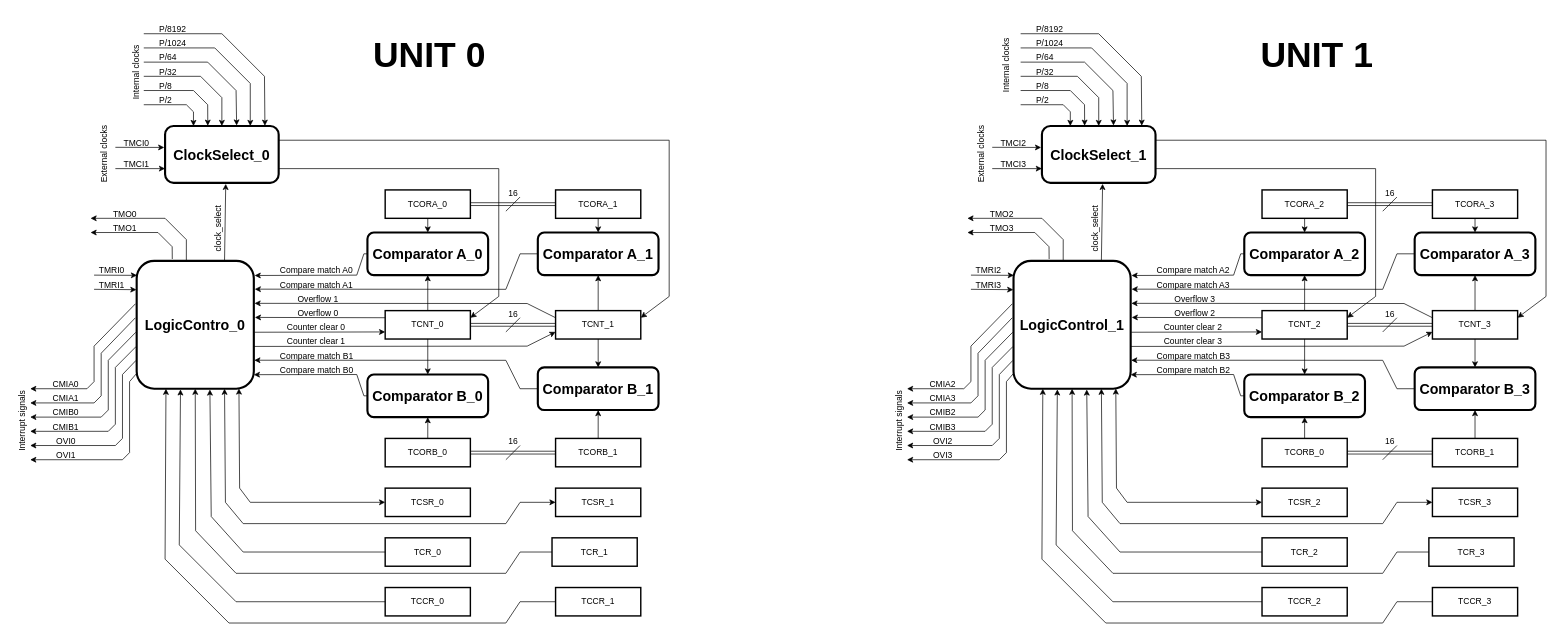
Earlier version of the draw.io diagram 8bit_Timer.drawio (phat-tech123/8-bit-Timer). Source tidied: cells renumbered, new cells numbered last; positions are measured from the earlier drawing's top-left corner, leaving out a move shared by most shapes. Both pictures are drawn from the tidied source at 71%, with x=0, y=0 at pixel (-16, 12).
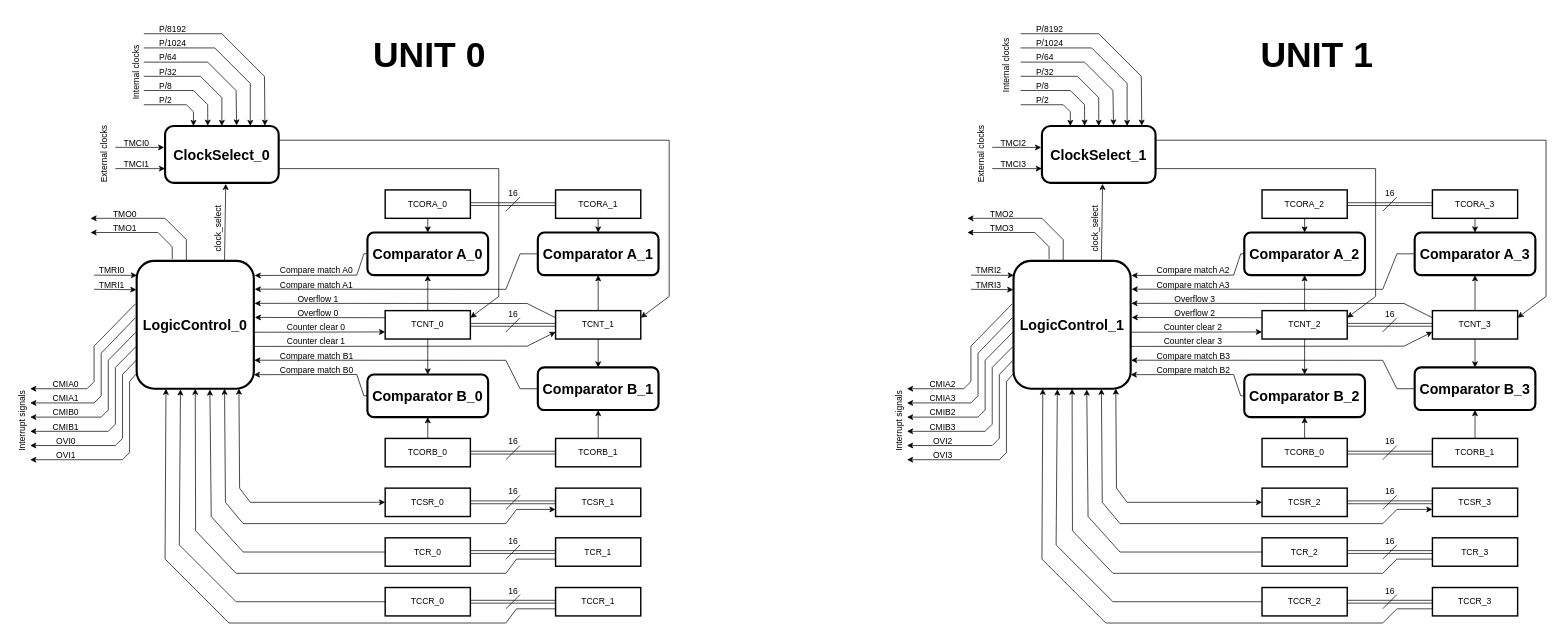
Above is the later version.

Unchanged cells that the change refers to:
```xml
<mxCell id="22" value="TCSR_1" style="rounded=0;whiteSpace=wrap;html=1;strokeWidth=2;" parent="1" vertex="1">
  <mxGeometry x="805" y="670" width="120" height="40" as="geometry" />
</mxCell>
<mxCell id="23" value="TCSR_0" style="rounded=0;whiteSpace=wrap;html=1;strokeWidth=2;" parent="1" vertex="1">
  <mxGeometry x="565" y="670" width="120" height="40" as="geometry" />
</mxCell>
<mxCell id="27" value="TCR_0" style="rounded=0;whiteSpace=wrap;html=1;strokeWidth=2;" parent="1" vertex="1">
  <mxGeometry x="565" y="740" width="120" height="40" as="geometry" />
</mxCell>
<mxCell id="28" value="TCCR_1" style="rounded=0;whiteSpace=wrap;html=1;strokeWidth=2;" parent="1" vertex="1">
  <mxGeometry x="805" y="810" width="120" height="40" as="geometry" />
</mxCell>
<mxCell id="29" value="TCCR_0" style="rounded=0;whiteSpace=wrap;html=1;strokeWidth=2;" parent="1" vertex="1">
  <mxGeometry x="565" y="810" width="120" height="40" as="geometry" />
</mxCell>
<mxCell id="103" value="&lt;font style=&quot;font-size: 20px;&quot;&gt;LogicControl_1&lt;/font&gt;" style="rounded=1;whiteSpace=wrap;html=1;strokeWidth=3;fontStyle=1;" parent="1" vertex="1">
  <mxGeometry x="1450" y="350" width="165" height="180" as="geometry" />
</mxCell>
<mxCell id="122" value="TCSR_3" style="rounded=0;whiteSpace=wrap;html=1;strokeWidth=2;" parent="1" vertex="1">
  <mxGeometry x="2040" y="670" width="120" height="40" as="geometry" />
</mxCell>
<mxCell id="123" value="TCSR_2" style="rounded=0;whiteSpace=wrap;html=1;strokeWidth=2;" parent="1" vertex="1">
  <mxGeometry x="1800" y="670" width="120" height="40" as="geometry" />
</mxCell>
<mxCell id="127" value="TCR_2" style="rounded=0;whiteSpace=wrap;html=1;strokeWidth=2;" parent="1" vertex="1">
  <mxGeometry x="1800" y="740" width="120" height="40" as="geometry" />
</mxCell>
<mxCell id="128" value="TCCR_3" style="rounded=0;whiteSpace=wrap;html=1;strokeWidth=2;" parent="1" vertex="1">
  <mxGeometry x="2040" y="810" width="120" height="40" as="geometry" />
</mxCell>
<mxCell id="129" value="TCCR_2" style="rounded=0;whiteSpace=wrap;html=1;strokeWidth=2;" parent="1" vertex="1">
  <mxGeometry x="1800" y="810" width="120" height="40" as="geometry" />
</mxCell>
```

What changed in the source:
```diff
@@
-    <mxCell id="3" value="&lt;font style=&quot;font-size: 20px;&quot;&gt;LogicContro_0&lt;/font&gt;" style="rounded=1;whiteSpace=wrap;html=1;strokeWidth=3;fontStyle=1;" parent="1" vertex="1">
+    <mxCell id="3" value="&lt;font style=&quot;font-size: 20px;&quot;&gt;LogicControl_0&lt;/font&gt;" style="rounded=1;whiteSpace=wrap;html=1;strokeWidth=3;fontStyle=1;" parent="1" vertex="1">
       <mxGeometry x="215" y="350" width="165" height="180" as="geometry" />
     </mxCell>
@@
-    <mxCell id="25" style="endArrow=classic;startArrow=classic;html=1;rounded=0;entryX=0.75;entryY=1;entryDx=0;entryDy=0;exitX=0;exitY=0.5;exitDx=0;exitDy=0;" parent="1" edge="1" source="22" target="3">
+    <mxCell id="25" style="endArrow=classic;startArrow=classic;html=1;rounded=0;entryX=0.75;entryY=1;entryDx=0;entryDy=0;exitX=0;exitY=0.75;exitDx=0;exitDy=0;" parent="1" edge="1" source="22" target="3">
       <mxGeometry relative="1" as="geometry">
         <Array as="points">
-          <mxPoint x="755" y="690" />
+          <mxPoint x="750" y="700" />
           <mxPoint x="735" y="720" />
           <mxPoint x="365" y="720" />
           <mxPoint x="340" y="690" />
         </Array>
       </mxGeometry>
     </mxCell>
     <mxCell id="26" value="TCR_1" style="rounded=0;whiteSpace=wrap;html=1;strokeWidth=2;" parent="1" vertex="1">
-      <mxGeometry x="800" y="740" width="120" height="40" as="geometry" />
+      <mxGeometry x="805" y="740" width="120" height="40" as="geometry" />
     </mxCell>
@@
-    <mxCell id="31" style="endArrow=classic;html=1;rounded=0;exitX=0;exitY=0.5;exitDx=0;exitDy=0;entryX=0.5;entryY=1;entryDx=0;entryDy=0;" parent="1" edge="1" source="26" target="3">
+    <mxCell id="31" style="endArrow=classic;html=1;rounded=0;exitX=0;exitY=0.75;exitDx=0;exitDy=0;entryX=0.5;entryY=1;entryDx=0;entryDy=0;" parent="1" edge="1" source="26" target="3">
       <mxGeometry relative="1" as="geometry">
         <Array as="points">
-          <mxPoint x="755" y="760" />
+          <mxPoint x="750" y="770" />
           <mxPoint x="735" y="790" />
           <mxPoint x="355" y="790" />
           <mxPoint x="298" y="730" />
         </Array>
       </mxGeometry>
     </mxCell>
@@
-    <mxCell id="33" style="endArrow=classic;html=1;rounded=0;exitX=0;exitY=0.5;exitDx=0;exitDy=0;entryX=0.25;entryY=1;entryDx=0;entryDy=0;" parent="1" edge="1" source="28" target="3">
+    <mxCell id="33" style="endArrow=classic;html=1;rounded=0;exitX=0;exitY=0.75;exitDx=0;exitDy=0;entryX=0.25;entryY=1;entryDx=0;entryDy=0;" parent="1" edge="1" source="28" target="3">
       <mxGeometry relative="1" as="geometry">
         <Array as="points">
-          <mxPoint x="755" y="830" />
+          <mxPoint x="750" y="840" />
           <mxPoint x="735" y="860" />
           <mxPoint x="345" y="860" />
           <mxPoint x="255" y="770" />
         </Array>
       </mxGeometry>
     </mxCell>
@@
-    <mxCell id="125" style="endArrow=classic;startArrow=classic;html=1;rounded=0;entryX=0.75;entryY=1;entryDx=0;entryDy=0;exitX=0;exitY=0.5;exitDx=0;exitDy=0;" parent="1" edge="1" source="122" target="103">
+    <mxCell id="125" style="endArrow=classic;startArrow=classic;html=1;rounded=0;entryX=0.75;entryY=1;entryDx=0;entryDy=0;exitX=0;exitY=0.75;exitDx=0;exitDy=0;" parent="1" edge="1" source="122" target="103">
       <mxGeometry relative="1" as="geometry">
         <Array as="points">
-          <mxPoint x="1990" y="690" />
+          <mxPoint x="1990" y="700" />
           <mxPoint x="1970" y="720" />
           <mxPoint x="1600" y="720" />
           <mxPoint x="1575" y="690" />
         </Array>
       </mxGeometry>
     </mxCell>
     <mxCell id="126" value="TCR_3" style="rounded=0;whiteSpace=wrap;html=1;strokeWidth=2;" parent="1" vertex="1">
-      <mxGeometry x="2035" y="740" width="120" height="40" as="geometry" />
+      <mxGeometry x="2040" y="740" width="120" height="40" as="geometry" />
     </mxCell>
@@
-    <mxCell id="131" style="endArrow=classic;html=1;rounded=0;exitX=0;exitY=0.5;exitDx=0;exitDy=0;entryX=0.5;entryY=1;entryDx=0;entryDy=0;" parent="1" edge="1" source="126" target="103">
+    <mxCell id="131" style="endArrow=classic;html=1;rounded=0;exitX=0;exitY=0.75;exitDx=0;exitDy=0;entryX=0.5;entryY=1;entryDx=0;entryDy=0;" parent="1" edge="1" source="126" target="103">
       <mxGeometry relative="1" as="geometry">
         <Array as="points">
-          <mxPoint x="1990" y="760" />
+          <mxPoint x="1990" y="770" />
           <mxPoint x="1970" y="790" />
           <mxPoint x="1590" y="790" />
           <mxPoint x="1533" y="730" />
         </Array>
       </mxGeometry>
     </mxCell>
@@
-    <mxCell id="133" style="endArrow=classic;html=1;rounded=0;exitX=0;exitY=0.5;exitDx=0;exitDy=0;entryX=0.25;entryY=1;entryDx=0;entryDy=0;" parent="1" edge="1" source="128" target="103">
+    <mxCell id="133" style="endArrow=classic;html=1;rounded=0;exitX=0;exitY=0.75;exitDx=0;exitDy=0;entryX=0.25;entryY=1;entryDx=0;entryDy=0;" parent="1" edge="1" source="128" target="103">
       <mxGeometry relative="1" as="geometry">
         <Array as="points">
-          <mxPoint x="1990" y="830" />
+          <mxPoint x="1990" y="840" />
           <mxPoint x="1970" y="860" />
           <mxPoint x="1580" y="860" />
           <mxPoint x="1490" y="770" />
         </Array>
       </mxGeometry>
     </mxCell>
@@
+    <mxCell id="204" style="shape=link;endArrow=classic;startArrow=classic;html=1;rounded=0;entryX=0;entryY=0.5;entryDx=0;entryDy=0;exitX=1;exitY=0.5;exitDx=0;exitDy=0;" parent="1" edge="1" source="23" target="22">
+      <mxGeometry relative="1" as="geometry" />
+    </mxCell>
+    <mxCell id="205" style="endArrow=none;html=1;rounded=0;" parent="1" edge="1">
+      <mxGeometry relative="1" as="geometry">
+        <mxPoint x="735" y="700" as="sourcePoint" />
+        <mxPoint x="755" y="680" as="targetPoint" />
+      </mxGeometry>
+    </mxCell>
+    <mxCell id="206" value="16" style="text;html=1;align=center;verticalAlign=middle;strokeColor=none;fillColor=none;" parent="1" vertex="1">
+      <mxGeometry x="725" y="660" width="40" height="30" as="geometry" />
+    </mxCell>
+    <mxCell id="207" style="shape=link;endArrow=classic;startArrow=classic;html=1;rounded=0;entryX=0;entryY=0.5;entryDx=0;entryDy=0;exitX=1;exitY=0.5;exitDx=0;exitDy=0;" parent="1" edge="1" source="27" target="26">
+      <mxGeometry relative="1" as="geometry" />
+    </mxCell>
+    <mxCell id="208" style="endArrow=none;html=1;rounded=0;" parent="1" edge="1">
+      <mxGeometry relative="1" as="geometry">
+        <mxPoint x="735" y="770" as="sourcePoint" />
+        <mxPoint x="755" y="750" as="targetPoint" />
+      </mxGeometry>
+    </mxCell>
+    <mxCell id="209" value="16" style="text;html=1;align=center;verticalAlign=middle;strokeColor=none;fillColor=none;" parent="1" vertex="1">
+      <mxGeometry x="725" y="730" width="40" height="30" as="geometry" />
+    </mxCell>
+    <mxCell id="210" style="shape=link;endArrow=classic;startArrow=classic;html=1;rounded=0;entryX=0;entryY=0.5;entryDx=0;entryDy=0;exitX=1;exitY=0.5;exitDx=0;exitDy=0;" parent="1" edge="1" source="29" target="28">
+      <mxGeometry relative="1" as="geometry" />
+    </mxCell>
+    <mxCell id="211" style="endArrow=none;html=1;rounded=0;" parent="1" edge="1">
+      <mxGeometry relative="1" as="geometry">
+        <mxPoint x="735" y="840" as="sourcePoint" />
+        <mxPoint x="755" y="820" as="targetPoint" />
+      </mxGeometry>
+    </mxCell>
+    <mxCell id="212" value="16" style="text;html=1;align=center;verticalAlign=middle;strokeColor=none;fillColor=none;" parent="1" vertex="1">
+      <mxGeometry x="725" y="800" width="40" height="30" as="geometry" />
+    </mxCell>
+    <mxCell id="213" style="shape=link;endArrow=classic;startArrow=classic;html=1;rounded=0;entryX=0;entryY=0.5;entryDx=0;entryDy=0;exitX=1;exitY=0.5;exitDx=0;exitDy=0;" parent="1" edge="1" source="123" target="122">
+      <mxGeometry relative="1" as="geometry" />
+    </mxCell>
+    <mxCell id="214" style="endArrow=none;html=1;rounded=0;" parent="1" edge="1">
+      <mxGeometry relative="1" as="geometry">
+        <mxPoint x="1970" y="700" as="sourcePoint" />
+        <mxPoint x="1990" y="680" as="targetPoint" />
+      </mxGeometry>
+    </mxCell>
+    <mxCell id="215" value="16" style="text;html=1;align=center;verticalAlign=middle;strokeColor=none;fillColor=none;" parent="1" vertex="1">
+      <mxGeometry x="1960" y="660" width="40" height="30" as="geometry" />
+    </mxCell>
+    <mxCell id="216" style="shape=link;endArrow=classic;startArrow=classic;html=1;rounded=0;entryX=0;entryY=0.5;entryDx=0;entryDy=0;exitX=1;exitY=0.5;exitDx=0;exitDy=0;" parent="1" edge="1" source="127" target="126">
+      <mxGeometry relative="1" as="geometry" />
+    </mxCell>
+    <mxCell id="217" style="endArrow=none;html=1;rounded=0;" parent="1" edge="1">
+      <mxGeometry relative="1" as="geometry">
+        <mxPoint x="1970" y="770" as="sourcePoint" />
+        <mxPoint x="1990" y="750" as="targetPoint" />
+      </mxGeometry>
+    </mxCell>
+    <mxCell id="218" value="16" style="text;html=1;align=center;verticalAlign=middle;strokeColor=none;fillColor=none;" parent="1" vertex="1">
+      <mxGeometry x="1960" y="730" width="40" height="30" as="geometry" />
+    </mxCell>
+    <mxCell id="219" style="shape=link;endArrow=classic;startArrow=classic;html=1;rounded=0;entryX=0;entryY=0.5;entryDx=0;entryDy=0;exitX=1;exitY=0.5;exitDx=0;exitDy=0;" parent="1" edge="1" source="129" target="128">
+      <mxGeometry relative="1" as="geometry" />
+    </mxCell>
+    <mxCell id="220" style="endArrow=none;html=1;rounded=0;" parent="1" edge="1">
+      <mxGeometry relative="1" as="geometry">
+        <mxPoint x="1970" y="840" as="sourcePoint" />
+        <mxPoint x="1990" y="820" as="targetPoint" />
+      </mxGeometry>
+    </mxCell>
+    <mxCell id="221" value="16" style="text;html=1;align=center;verticalAlign=middle;strokeColor=none;fillColor=none;" parent="1" vertex="1">
+      <mxGeometry x="1960" y="800" width="40" height="30" as="geometry" />
+    </mxCell>
```
